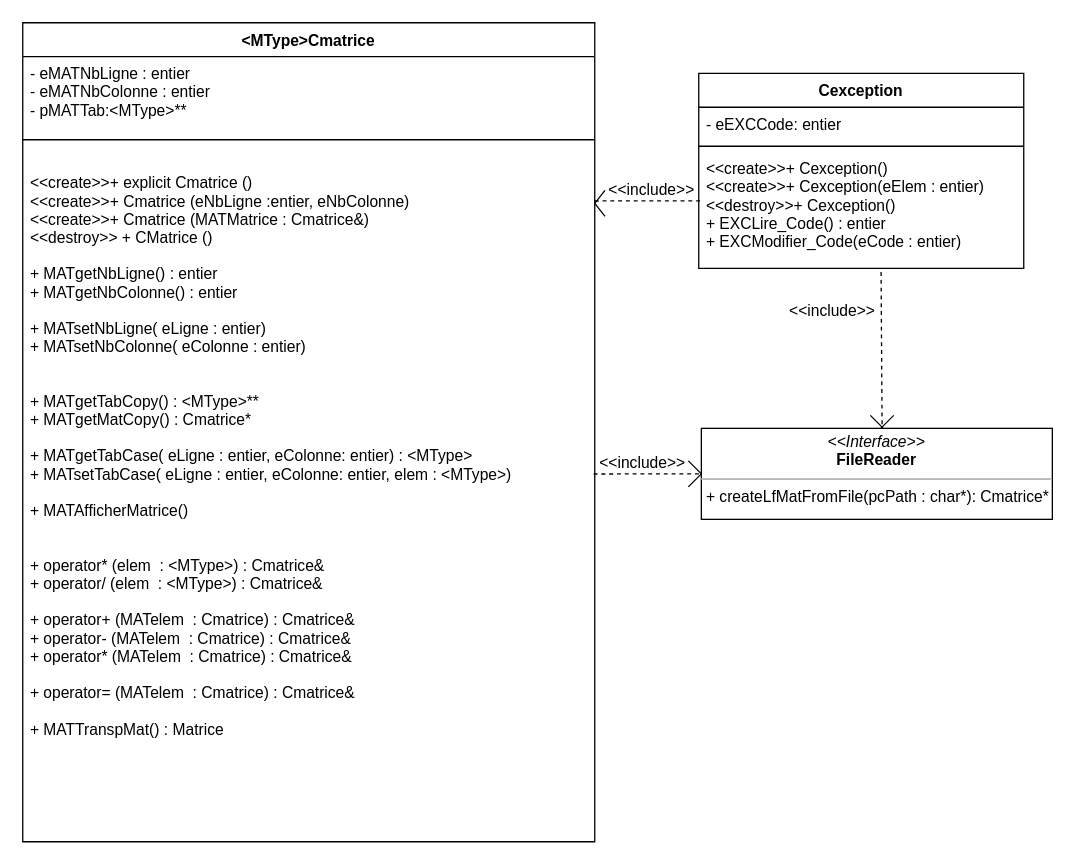
Before: ClassDiagram.drawio in Banalian/ProjetTutCpp, a draw.io diagram. Source tidied: cells renumbered, new cells numbered last; positions are measured from the earlier drawing's top-left corner, leaving out a move shared by most shapes. Both pictures are drawn from the tidied source at 130%, with x=0, y=0 at pixel (22, 22).
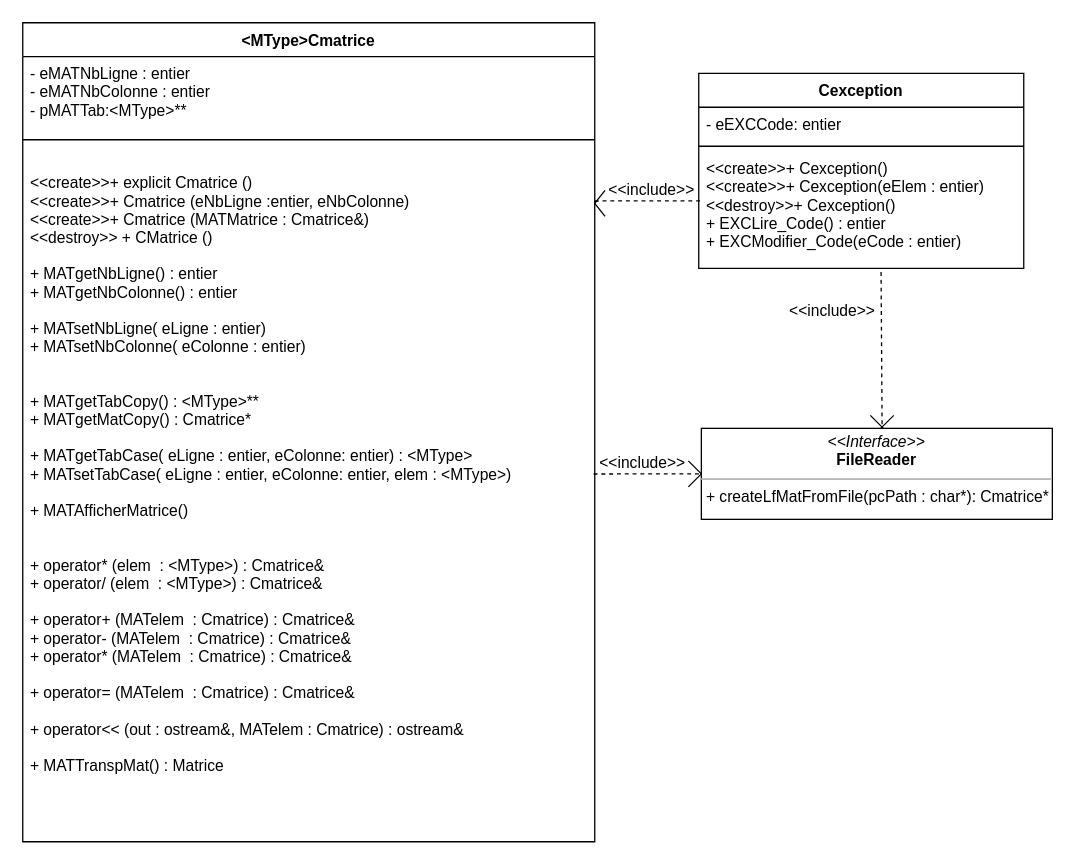
Above is the later version.

Unchanged cells that the change refers to:
```xml
<mxCell id="2" value="&lt;MType&gt;Cmatrice" style="swimlane;fontStyle=1;align=center;verticalAlign=top;horizontal=1;startSize=26;" parent="1" vertex="1">
  <mxGeometry width="440" height="630" as="geometry" />
</mxCell>
```

What changed in the source:
```diff
@@
-    <mxCell id="5" value="&lt;&lt;create&gt;&gt;+ explicit Cmatrice ()&#10;&lt;&lt;create&gt;&gt;+ Cmatrice (eNbLigne :entier, eNbColonne)&#10;&lt;&lt;create&gt;&gt;+ Cmatrice (MATMatrice : Cmatrice&amp;)&#10;&lt;&lt;destroy&gt;&gt; + CMatrice ()&#10;&#10;+ MATgetNbLigne() : entier&#10;+ MATgetNbColonne() : entier&#10;&#10;+ MATsetNbLigne( eLigne : entier)&#10;+ MATsetNbColonne( eColonne : entier)&#10;&#10;&#10;+ MATgetTabCopy() : &lt;MType&gt;**&#10;+ MATgetMatCopy() : Cmatrice*&#10;&#10;+ MATgetTabCase( eLigne : entier, eColonne: entier) : &lt;MType&gt;&#10;+ MATsetTabCase( eLigne : entier, eColonne: entier, elem : &lt;MType&gt;)&#10;&#10;+ MATAfficherMatrice()&#10;&#10;&#10;+ operator* (elem  : &lt;MType&gt;) : Cmatrice&amp;&#10;+ operator/ (elem  : &lt;MType&gt;) : Cmatrice&amp;&#10;&#10;+ operator+ (MATelem  : Cmatrice) : Cmatrice&amp;&#10;+ operator- (MATelem  : Cmatrice) : Cmatrice&amp;&#10;+ operator* (MATelem  : Cmatrice) : Cmatrice&amp;&#10;&#10;+ operator= (MATelem  : Cmatrice) : Cmatrice&amp;&#10;&#10;+ MATTranspMat() : Matrice&#10;" style="text;strokeColor=none;fillColor=none;align=left;verticalAlign=top;spacingLeft=4;spacingRight=4;overflow=hidden;points=[[0,0.5],[1,0.5]];portConstraint=eastwest;" parent="2" vertex="1">
+    <mxCell id="5" value="&lt;&lt;create&gt;&gt;+ explicit Cmatrice ()&#10;&lt;&lt;create&gt;&gt;+ Cmatrice (eNbLigne :entier, eNbColonne)&#10;&lt;&lt;create&gt;&gt;+ Cmatrice (MATMatrice : Cmatrice&amp;)&#10;&lt;&lt;destroy&gt;&gt; + CMatrice ()&#10;&#10;+ MATgetNbLigne() : entier&#10;+ MATgetNbColonne() : entier&#10;&#10;+ MATsetNbLigne( eLigne : entier)&#10;+ MATsetNbColonne( eColonne : entier)&#10;&#10;&#10;+ MATgetTabCopy() : &lt;MType&gt;**&#10;+ MATgetMatCopy() : Cmatrice*&#10;&#10;+ MATgetTabCase( eLigne : entier, eColonne: entier) : &lt;MType&gt;&#10;+ MATsetTabCase( eLigne : entier, eColonne: entier, elem : &lt;MType&gt;)&#10;&#10;+ MATAfficherMatrice()&#10;&#10;&#10;+ operator* (elem  : &lt;MType&gt;) : Cmatrice&amp;&#10;+ operator/ (elem  : &lt;MType&gt;) : Cmatrice&amp;&#10;&#10;+ operator+ (MATelem  : Cmatrice) : Cmatrice&amp;&#10;+ operator- (MATelem  : Cmatrice) : Cmatrice&amp;&#10;+ operator* (MATelem  : Cmatrice) : Cmatrice&amp;&#10;&#10;+ operator= (MATelem  : Cmatrice) : Cmatrice&amp;&#10;&#10;+ operator&lt;&lt; (out : ostream&amp;, MATelem : Cmatrice) : ostream&amp;&#10;&#10;+ MATTranspMat() : Matrice&#10;" style="text;strokeColor=none;fillColor=none;align=left;verticalAlign=top;spacingLeft=4;spacingRight=4;overflow=hidden;points=[[0,0.5],[1,0.5]];portConstraint=eastwest;" parent="2" vertex="1">
       <mxGeometry y="110" width="440" height="520" as="geometry" />
     </mxCell>
```
